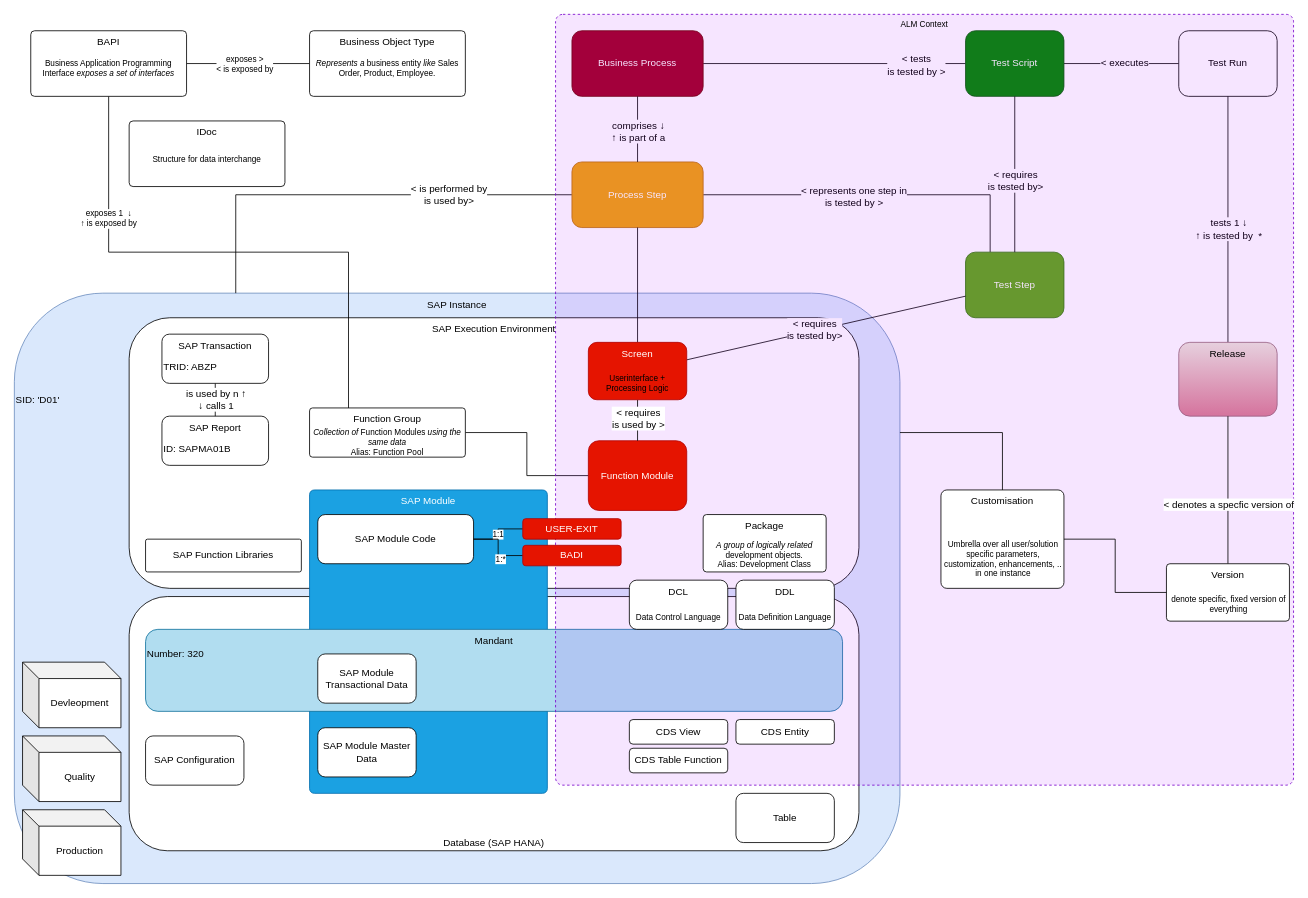
This is SAP-Information-Model.drawio from sp-christian/sap-information-model, a draw.io file, before an edit. Source tidied: cells renumbered, new cells numbered last; positions are measured from the earlier drawing's top-left corner, leaving out a move shared by most shapes. Both pictures are drawn from the tidied source at 82%, with x=0, y=0 at pixel (14, 14).
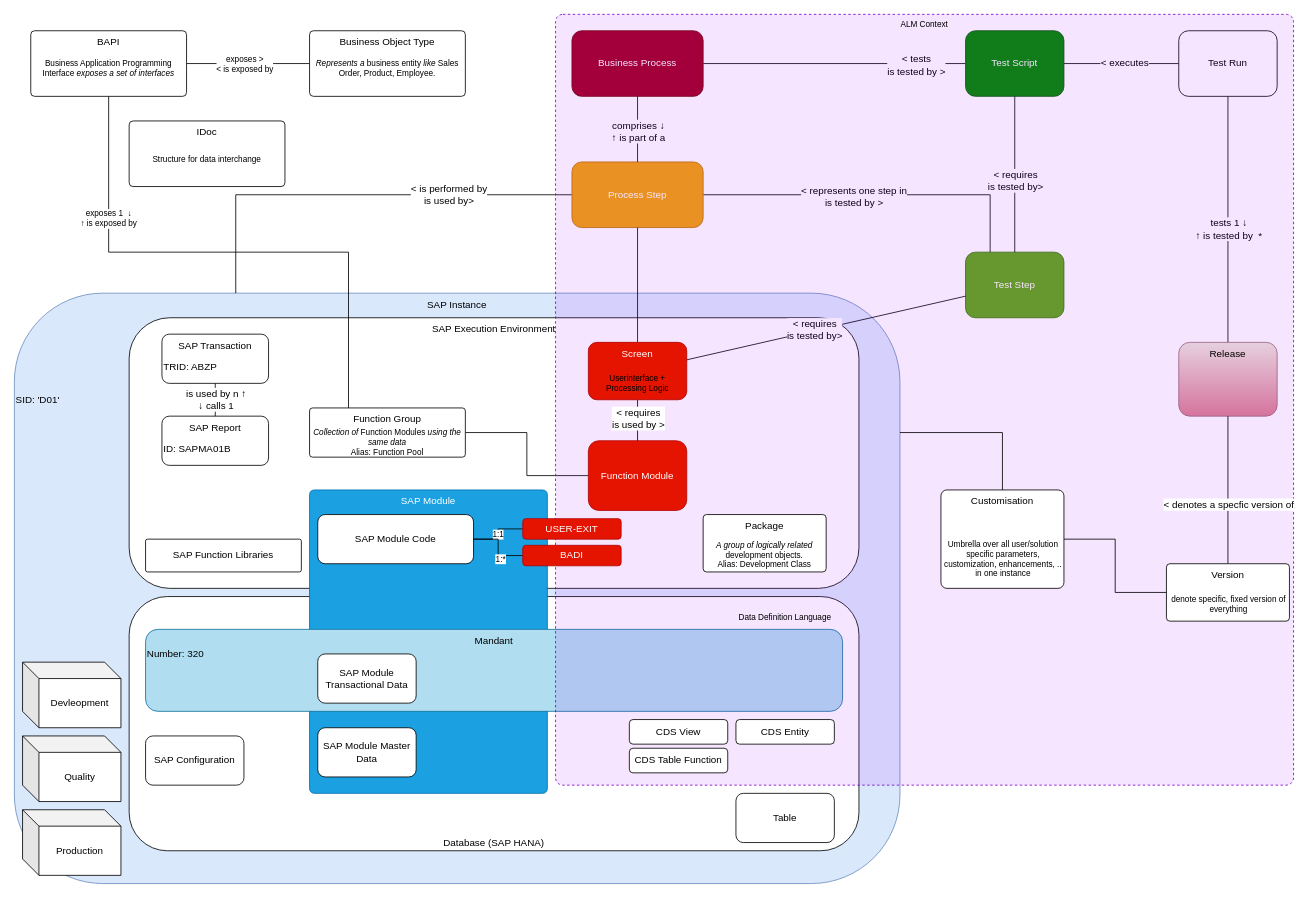
After the change.

Unchanged cells that the change refers to:
```xml
<mxCell id="78" style="group;" parent="1" vertex="1">
  <mxGeometry x="880" y="690" width="120" height="60" as="geometry" />
</mxCell>
```

Diff of the diagram source:
```diff
@@
-    <mxCell id="79" value="DDL" style="rounded=1;whiteSpace=wrap;html=1;horizontal=1;verticalAlign=top;" parent="78" vertex="1">
-      <mxGeometry width="120" height="60" as="geometry" />
-    </mxCell>
@@
-    <mxCell id="81" style="group;" parent="1" vertex="1">
-      <mxGeometry x="750" y="690" width="120" height="60" as="geometry" />
-    </mxCell>
-    <mxCell id="82" value="DCL" style="rounded=1;whiteSpace=wrap;html=1;horizontal=1;verticalAlign=top;" parent="81" vertex="1">
-      <mxGeometry width="120" height="60" as="geometry" />
-    </mxCell>
-    <mxCell id="83" value="Data Control Language" style="text;html=1;strokeColor=none;fillColor=none;align=center;verticalAlign=middle;whiteSpace=wrap;rounded=0;fontSize=10;" parent="81" vertex="1">
-      <mxGeometry y="30" width="120" height="30" as="geometry" />
-    </mxCell>
```
